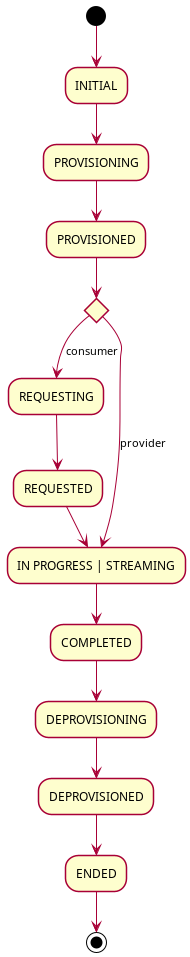
Before: docs/architecture/data-transfer/diagrams/transfer-states.png, a diagram exported from PlantUML (eclipse-edc/Connector).
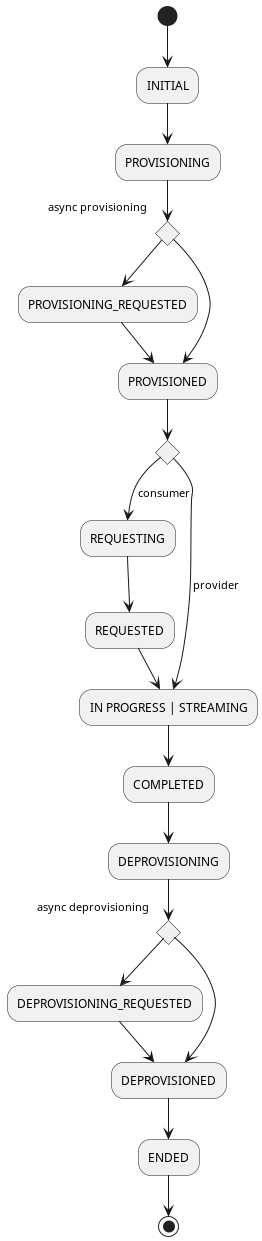
The same diagram one commit later.

Commit message:
fix: avoid request flood on async provisioning/deprovisioning

Diff of the diagram source:
```diff
@@ -10,7 +10,11 @@
 
 (*) --> INITIAL
 --> PROVISIONING
---> PROVISIONED
+if "async provisioning" then
+    --> PROVISIONING_REQUESTED
+    --> PROVISIONED
+else
+    --> PROVISIONED
 if "" then
     --> [consumer] REQUESTING
     --> REQUESTED
@@ -19,7 +23,11 @@
     --> [provider] IN PROGRESS | STREAMING
 --> COMPLETED
 --> DEPROVISIONING
---> DEPROVISIONED
+if "async deprovisioning" then
+    --> DEPROVISIONING_REQUESTED
+    --> DEPROVISIONED
+else
+    --> DEPROVISIONED
 --> ENDED
 --> (*)
 
```
